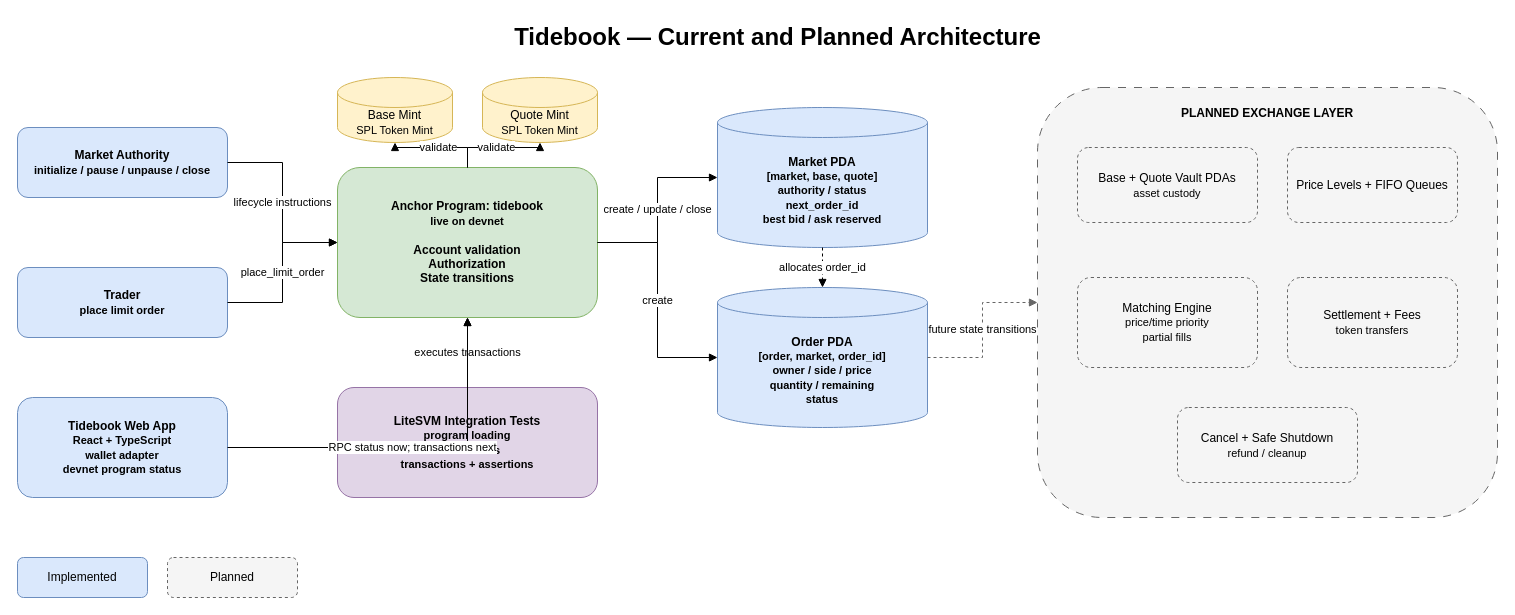
The draw.io diagram docs/diagrams/tidebook-architecture.drawio in kunal171/tidebook, before the edit. Source tidied: cells renumbered, new cells numbered last; positions are measured from the earlier drawing's top-left corner, leaving out a move shared by most shapes. Both pictures are drawn from the tidied source at 100%, with x=0, y=0 at pixel (17, 17).
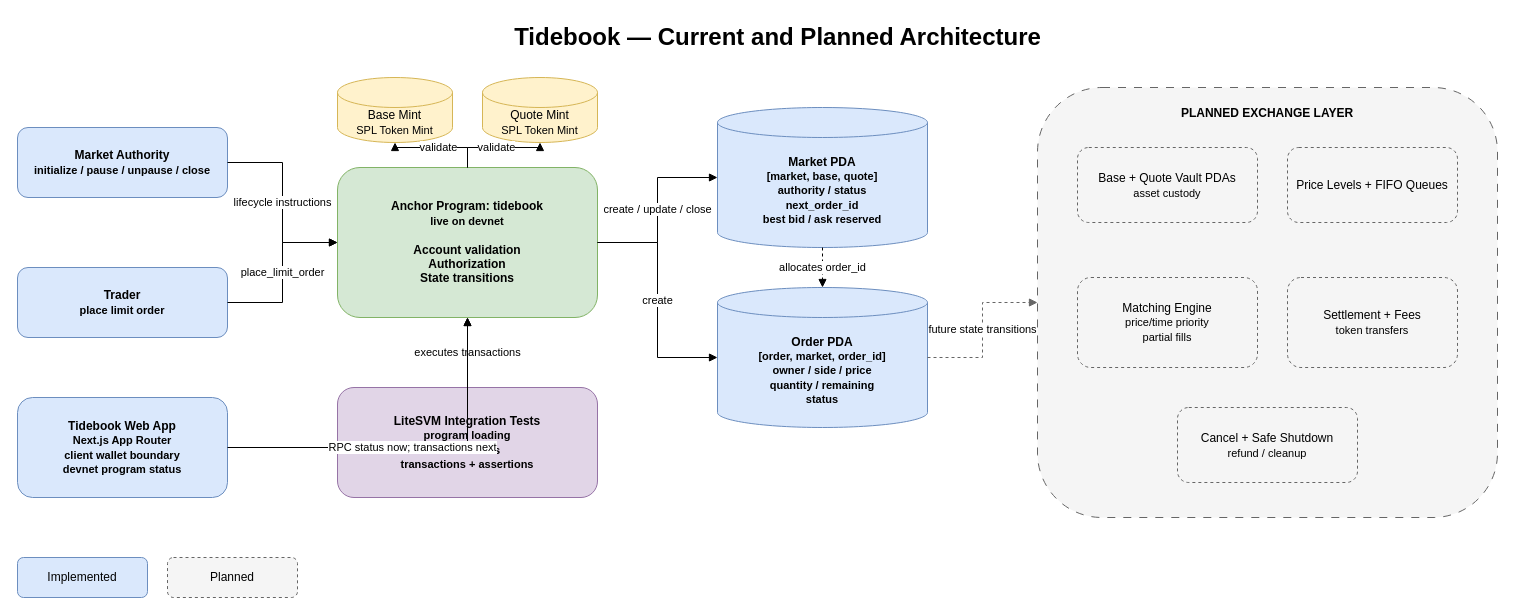
The same diagram, later.

Commit message (it also covers changes not shown here):
docs: describe Next.js client boundaries

Diff of the diagram source:
```diff
@@
-    <mxCell id="11" value="Tidebook Web App&lt;br&gt;&lt;font style=&quot;font-size: 11px;&quot;&gt;React + TypeScript&lt;br&gt;wallet adapter&lt;br&gt;devnet program status&lt;/font&gt;" style="rounded=1;whiteSpace=wrap;html=1;fillColor=#dae8fc;strokeColor=#6c8ebf;fontStyle=1;" parent="1" vertex="1">
+    <mxCell id="11" value="Tidebook Web App&lt;br&gt;&lt;font style=&quot;font-size: 11px;&quot;&gt;Next.js App Router&lt;br&gt;client wallet boundary&lt;br&gt;devnet program status&lt;/font&gt;" style="rounded=1;whiteSpace=wrap;html=1;fillColor=#dae8fc;strokeColor=#6c8ebf;fontStyle=1;" parent="1" vertex="1">
       <mxGeometry y="380" width="210" height="100" as="geometry" />
     </mxCell>
```
